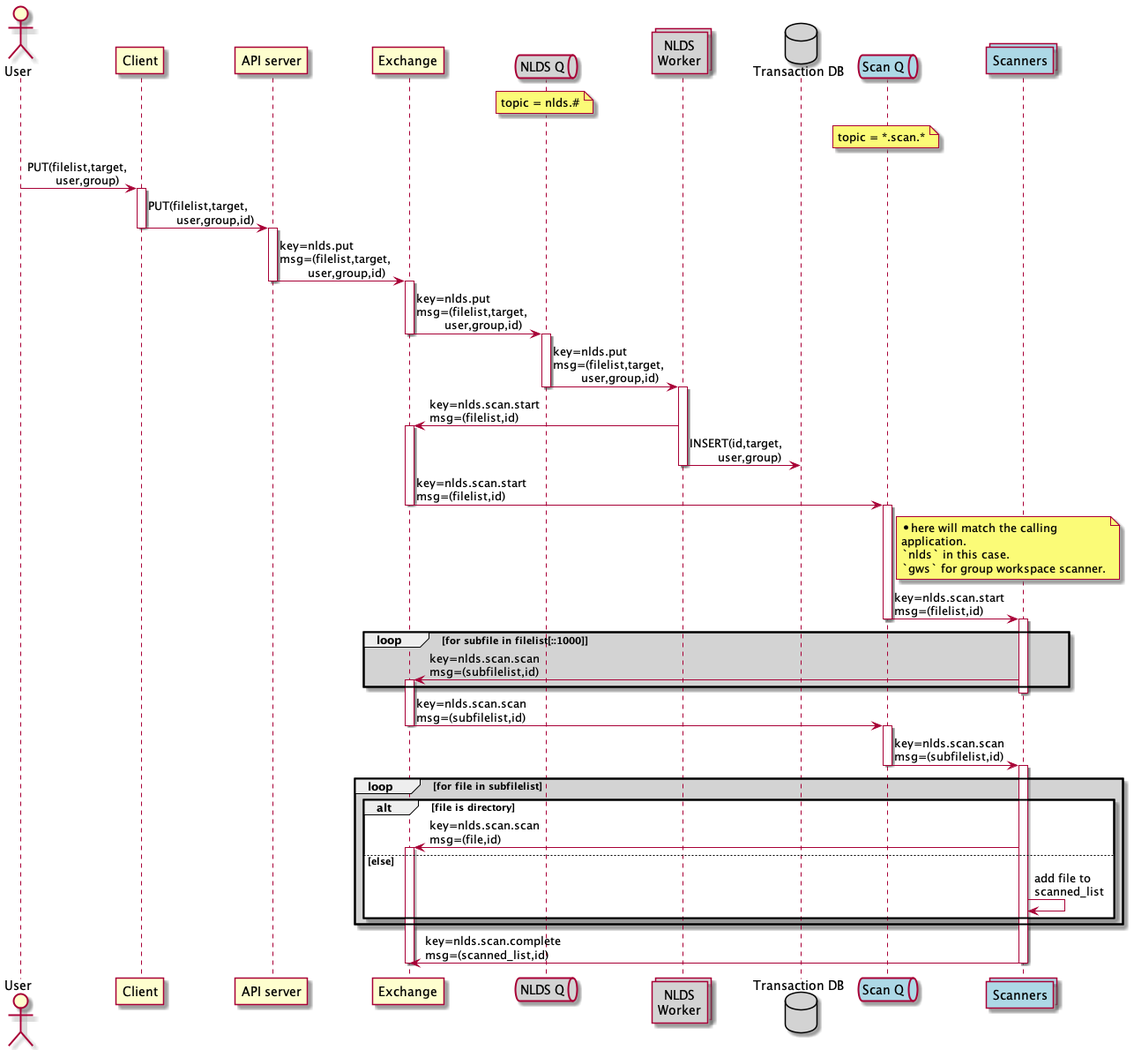
The PlantUML diagram doc/uml/message_flow_put.png in cedadev/nlds, before a commit.
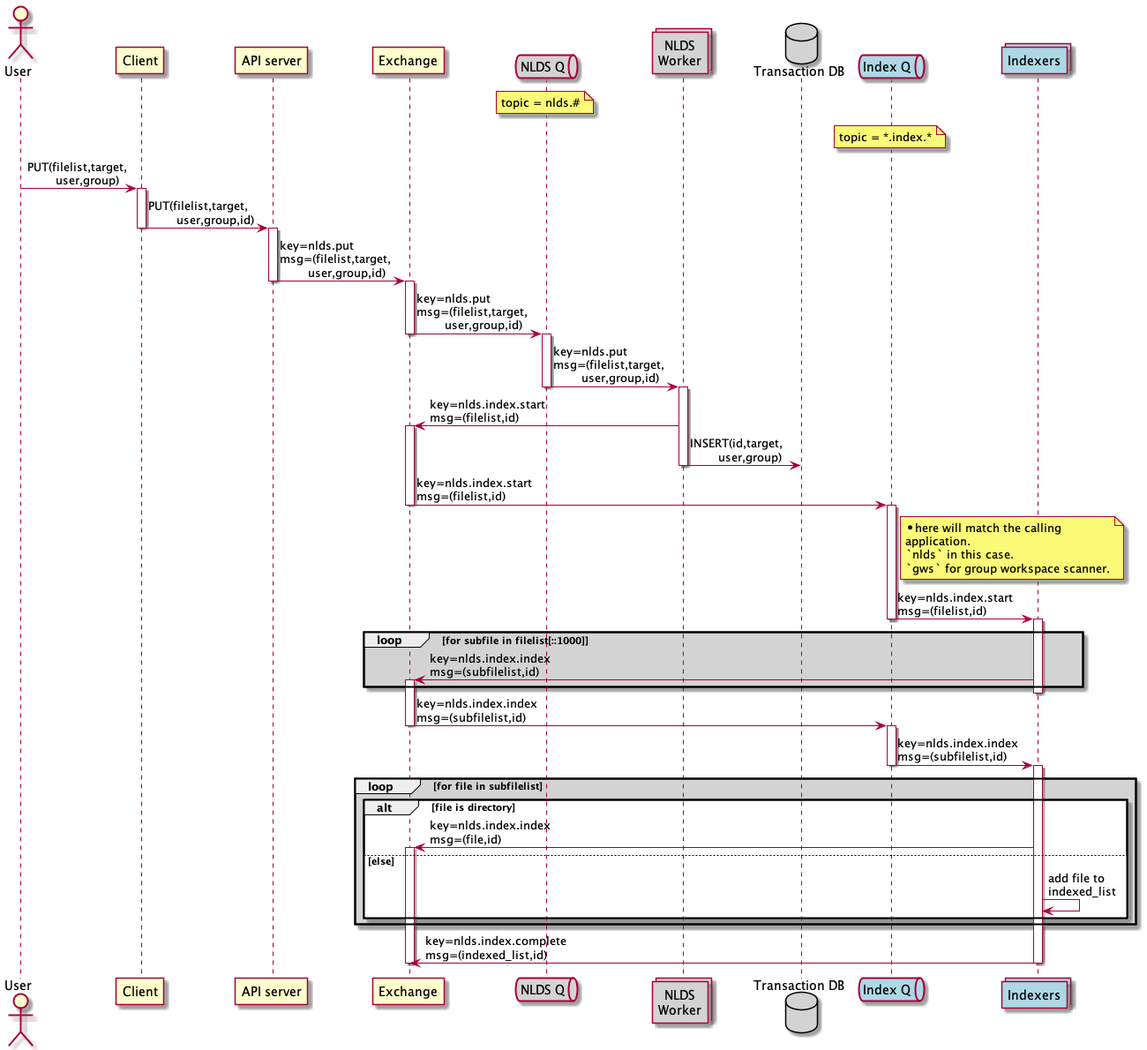
The same file after the commit.

Commit message:
Changed Scanner to Indexer / scan to index etc. in PUT message flow

Change to the diagram source:
```diff
@@ -12,11 +12,11 @@
 collections work as "NLDS\nWorker" #lightgrey
 database iddb as "Transaction DB" #lightgrey
 
-queue qs as "Scan Q" #lightblue
+queue qs as "Index Q" #lightblue
 note over qs
-    topic = *.scan.*
+    topic = *.index.*
 end note
-collections scan as "Scanners" #lightblue
+collections index as "Indexers" #lightblue
 
 user -> client : PUT(filelist,target,\n\tuser,group)
 activate client
@@ -33,11 +33,11 @@
 deactivate qw
 
 activate work
-work -> wex : key=nlds.scan.start\nmsg=(filelist,id)
+work -> wex : key=nlds.index.start\nmsg=(filelist,id)
 activate wex
 work -> iddb : INSERT(id,target,\n\tuser,group)
 deactivate work
-wex -> qs : key=nlds.scan.start\nmsg=(filelist,id)
+wex -> qs : key=nlds.index.start\nmsg=(filelist,id)
 deactivate wex
 note right of qs
     * here will match the calling
@@ -46,29 +46,29 @@
     `gws` for group workspace scanner.
 end note
 activate qs
-qs -> scan : key=nlds.scan.start\nmsg=(filelist,id)
+qs -> index : key=nlds.index.start\nmsg=(filelist,id)
 deactivate qs
-activate scan
+activate index
 loop #lightgrey for subfile in filelist[::1000]
-    scan -> wex : key=nlds.scan.scan\nmsg=(subfilelist,id)
+    index -> wex : key=nlds.index.index\nmsg=(subfilelist,id)
     activate wex
 end
-deactivate scan
-wex -> qs : key=nlds.scan.scan\nmsg=(subfilelist,id)
+deactivate index
+wex -> qs : key=nlds.index.index\nmsg=(subfilelist,id)
 deactivate wex
 activate qs
-qs -> scan : key=nlds.scan.scan\nmsg=(subfilelist,id)
+qs -> index : key=nlds.index.index\nmsg=(subfilelist,id)
 deactivate qs
-activate scan
+activate index
 loop #lightgrey for file in subfilelist
     alt file is directory
-        scan -> wex : key=nlds.scan.scan\nmsg=(file,id)
+        index -> wex : key=nlds.index.index\nmsg=(file,id)
         activate wex
     else else
-        scan -> scan : add file to\nscanned_list
+        index -> index : add file to\nindexed_list
     end
 end
-scan -> wex : key=nlds.scan.complete\nmsg=(scanned_list,id)
-deactivate scan
+index -> wex : key=nlds.index.complete\nmsg=(indexed_list,id)
+deactivate index
 deactivate wex
 @enduml
```
